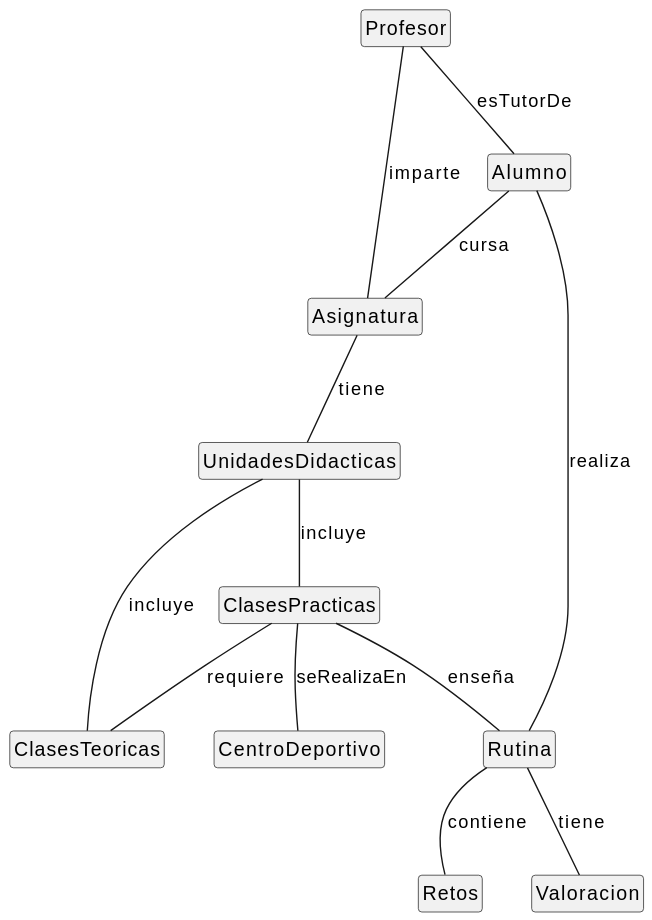
Earlier version of the PlantUML export Documentos/Imagenes/DiagramaClases/diagramaClases.svg (mmasias/24-25-IdSw1-SDR).
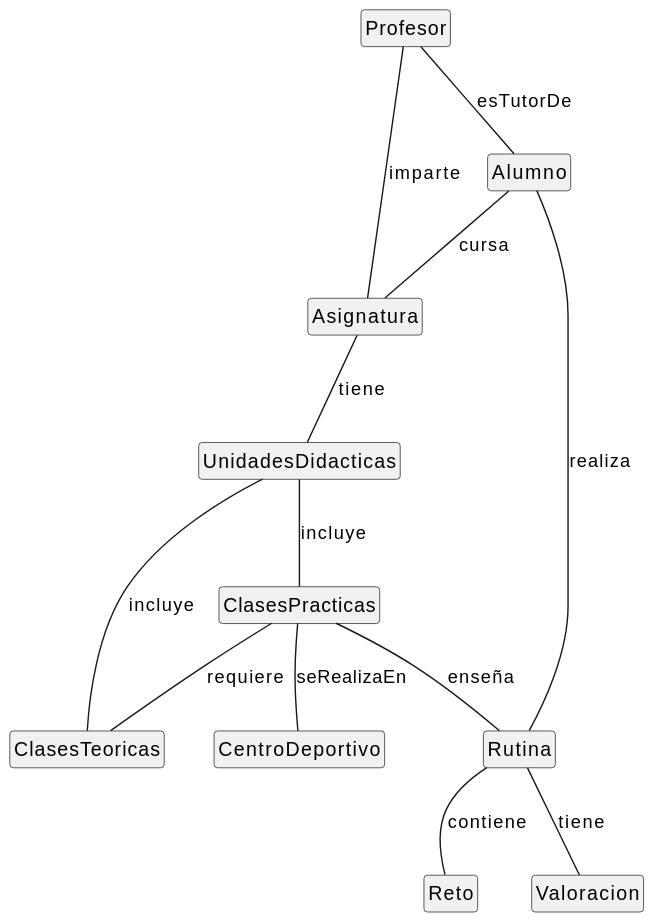
The same diagram one commit later.

Change to the diagram source:
```diff
@@ -12,7 +12,7 @@
 class ClasesTeoricas {}
 class CentroDeportivo {}
 class Rutina {}
-class Retos {}
+class Reto {}
 class Valoracion {}
 
 Profesor -- Alumno : esTutorDe
@@ -23,7 +23,7 @@
 Alumno -- Asignatura : cursa
 ClasesPracticas -- CentroDeportivo : seRealizaEn
 ClasesPracticas -- Rutina : enseña
-Rutina -- Retos : contiene
+Rutina -- Reto : contiene
 Rutina -- Valoracion: tiene
 Alumno -- Rutina: realiza
 
```
